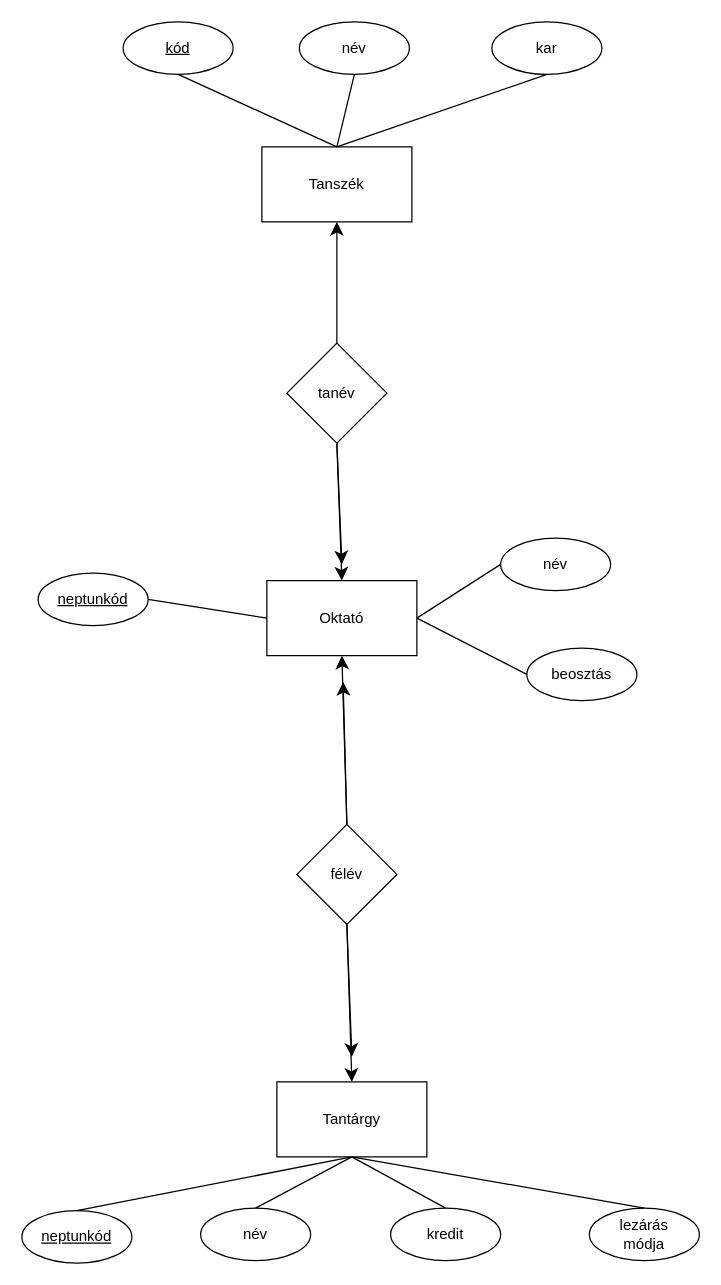
Earlier version of the draw.io diagram HGQMMH_1008/HGQMMH 4.4.drawio (LovrityIstvan/HGQMMHGtkDb). Source tidied: cells renumbered, new cells numbered last; positions are measured from the earlier drawing's top-left corner, leaving out a move shared by most shapes. Both pictures are drawn from the tidied source at 125%, with x=0, y=0 at pixel (21, 21).
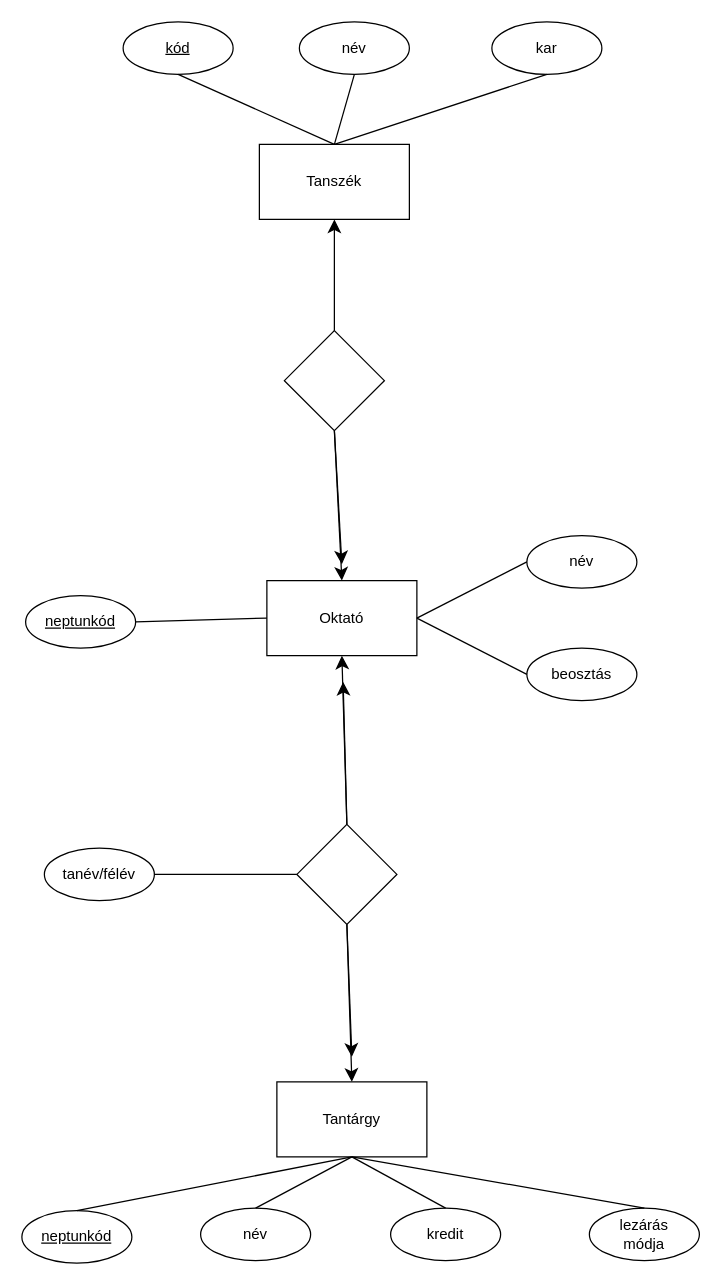
The same page after the edit.

Change to the diagram source:
```diff
@@
     <mxCell id="2" value="Tanszék" style="rounded=0;whiteSpace=wrap;html=1;" parent="1" vertex="1">
-      <mxGeometry x="192" y="100" width="120" height="60" as="geometry" />
+      <mxGeometry x="190" y="98" width="120" height="60" as="geometry" />
     </mxCell>
@@
-    <mxCell id="5" value="félév" style="rhombus;whiteSpace=wrap;html=1;" parent="1" vertex="1">
+    <mxCell id="5" style="rhombus;whiteSpace=wrap;html=1;" parent="1" vertex="1">
       <mxGeometry x="220" y="642" width="80" height="80" as="geometry" />
     </mxCell>
-    <mxCell id="6" value="tanév" style="rhombus;whiteSpace=wrap;html=1;" parent="1" vertex="1">
-      <mxGeometry x="212" y="257" width="80" height="80" as="geometry" />
+    <mxCell id="6" style="rhombus;whiteSpace=wrap;html=1;" parent="1" vertex="1">
+      <mxGeometry x="210" y="247" width="80" height="80" as="geometry" />
     </mxCell>
@@
     <mxCell id="16" value="név" style="ellipse;whiteSpace=wrap;html=1;" parent="1" vertex="1">
-      <mxGeometry x="383" y="413" width="88" height="42" as="geometry" />
+      <mxGeometry x="404" y="411" width="88" height="42" as="geometry" />
     </mxCell>
     <mxCell id="17" value="&lt;u&gt;neptunkód&lt;/u&gt;" style="ellipse;whiteSpace=wrap;html=1;" parent="1" vertex="1">
-      <mxGeometry x="13" y="441" width="88" height="42" as="geometry" />
+      <mxGeometry x="3" y="459" width="88" height="42" as="geometry" />
     </mxCell>
@@
+    <mxCell id="34" value="tanév/félév" style="ellipse;whiteSpace=wrap;html=1;" parent="1" vertex="1">
+      <mxGeometry x="18" y="661" width="88" height="42" as="geometry" />
+    </mxCell>
+    <mxCell id="35" style="endArrow=none;html=1;rounded=0;fontSize=12;startSize=8;endSize=8;curved=1;exitX=1;exitY=0.5;exitDx=0;exitDy=0;entryX=0;entryY=0.5;entryDx=0;entryDy=0;" parent="1" edge="1" source="34" target="5">
+      <mxGeometry relative="1" as="geometry" />
+    </mxCell>
```
